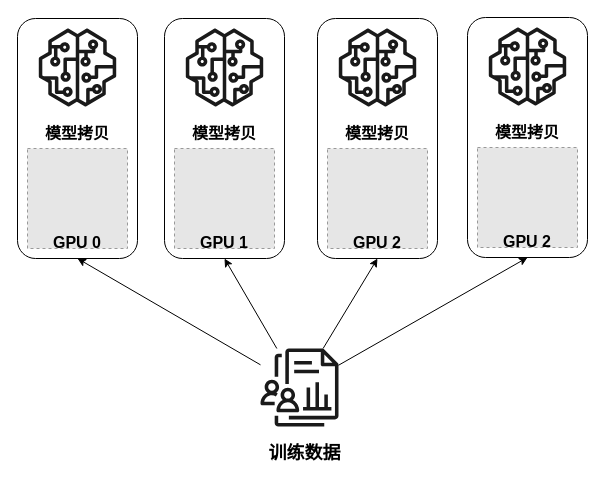
Before: drawio/ch-mpi-large-model/data-parallel.drawio in godaai/scale-py-zh, a draw.io diagram. Source tidied: cells renumbered, new cells numbered last; positions are measured from the earlier drawing's top-left corner, leaving out a move shared by most shapes. Both pictures are drawn from the tidied source at 100%, with x=0, y=0 at pixel (17, 17). Pictures stored in the file or linked from it are replaced by grey dashed boxes.
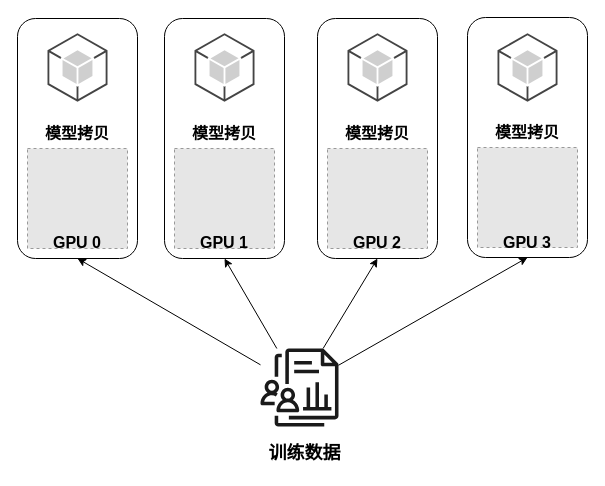
The same page after the edit.

The edit, as a diff of the source:
```diff
@@
-    <mxCell id="5" style="sketch=0;fontColor=#232F3E;gradientColor=none;fillColor=#1A1A1A;strokeColor=none;dashed=0;verticalLabelPosition=bottom;verticalAlign=top;align=center;html=1;fontSize=12;fontStyle=0;shape=mxgraph.aws4.sagemaker_model;" parent="1" vertex="1">
-      <mxGeometry x="21" y="11" width="78" height="78" as="geometry" />
-    </mxCell>
@@
-    <mxCell id="10" style="sketch=0;fontColor=#232F3E;gradientColor=none;fillColor=#1A1A1A;strokeColor=none;dashed=0;verticalLabelPosition=bottom;verticalAlign=top;align=center;html=1;fontSize=12;fontStyle=0;shape=mxgraph.aws4.sagemaker_model;" parent="1" vertex="1">
-      <mxGeometry x="168" y="11" width="78" height="78" as="geometry" />
-    </mxCell>
@@
-    <mxCell id="15" style="sketch=0;fontColor=#232F3E;gradientColor=none;fillColor=#1A1A1A;strokeColor=none;dashed=0;verticalLabelPosition=bottom;verticalAlign=top;align=center;html=1;fontSize=12;fontStyle=0;shape=mxgraph.aws4.sagemaker_model;" parent="1" vertex="1">
-      <mxGeometry x="321" y="11" width="78" height="78" as="geometry" />
-    </mxCell>
@@
-    <mxCell id="19" value="GPU 2" style="text;html=1;strokeColor=none;fillColor=none;align=center;verticalAlign=middle;whiteSpace=wrap;rounded=0;fontStyle=1;fontSize=16;" parent="1" vertex="1">
-      <mxGeometry x="480" y="209" width="60" height="30" as="geometry" />
+    <mxCell id="19" value="GPU 3" style="text;html=1;strokeColor=none;fillColor=none;align=center;verticalAlign=middle;whiteSpace=wrap;rounded=0;fontStyle=1;fontSize=16;" parent="1" vertex="1">
+      <mxGeometry x="480" y="210" width="60" height="30" as="geometry" />
     </mxCell>
-    <mxCell id="20" style="sketch=0;fontColor=#232F3E;gradientColor=none;fillColor=#1A1A1A;strokeColor=none;dashed=0;verticalLabelPosition=bottom;verticalAlign=top;align=center;html=1;fontSize=12;fontStyle=0;shape=mxgraph.aws4.sagemaker_model;" parent="1" vertex="1">
-      <mxGeometry x="471" y="10" width="78" height="78" as="geometry" />
-    </mxCell>
@@
+    <mxCell id="28" style="dashed=0;verticalLabelPosition=bottom;verticalAlign=top;align=center;html=1;shape=mxgraph.aws3.android;fillColor=#CFCFCF;gradientColor=none;" parent="1" vertex="1">
+      <mxGeometry x="30" y="15.7" width="60" height="68.6" as="geometry" />
+    </mxCell>
+    <mxCell id="29" style="dashed=0;verticalLabelPosition=bottom;verticalAlign=top;align=center;html=1;shape=mxgraph.aws3.android;fillColor=#CFCFCF;gradientColor=none;" parent="1" vertex="1">
+      <mxGeometry x="177" y="15.7" width="60" height="68.6" as="geometry" />
+    </mxCell>
+    <mxCell id="30" style="dashed=0;verticalLabelPosition=bottom;verticalAlign=top;align=center;html=1;shape=mxgraph.aws3.android;fillColor=#CFCFCF;gradientColor=none;" parent="1" vertex="1">
+      <mxGeometry x="330" y="15.7" width="60" height="68.6" as="geometry" />
+    </mxCell>
+    <mxCell id="31" style="dashed=0;verticalLabelPosition=bottom;verticalAlign=top;align=center;html=1;shape=mxgraph.aws3.android;fillColor=#CFCFCF;gradientColor=none;" parent="1" vertex="1">
+      <mxGeometry x="480" y="15.7" width="60" height="68.6" as="geometry" />
+    </mxCell>
```
